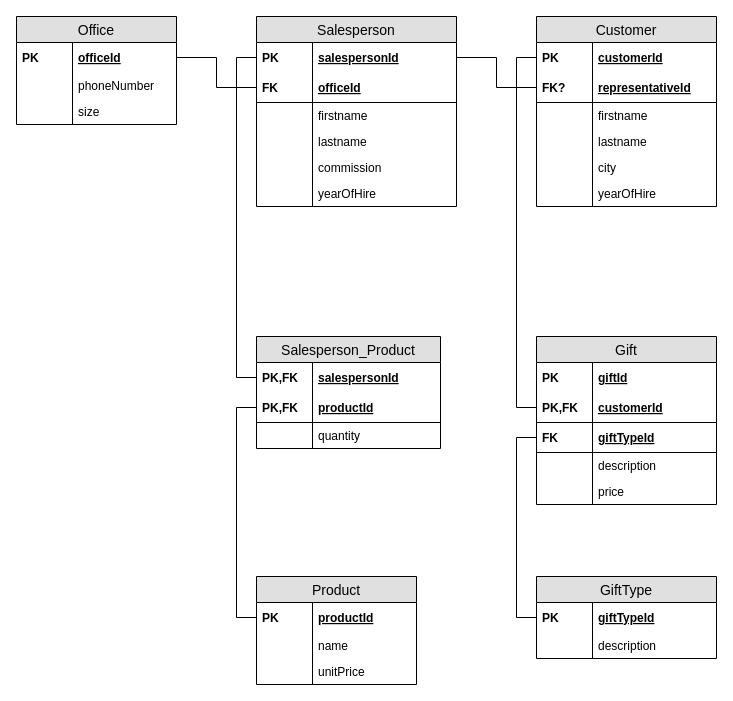
Earlier version of the draw.io diagram workshops/04-relationeel_model/solutions/exercise-4.drawio (HOGENT-Databases/DB1-Workshops). Source tidied: cells renumbered, new cells numbered last; positions are measured from the earlier drawing's top-left corner, leaving out a move shared by most shapes. Both pictures are drawn from the tidied source at 100%, with x=0, y=0 at pixel (16, 16).
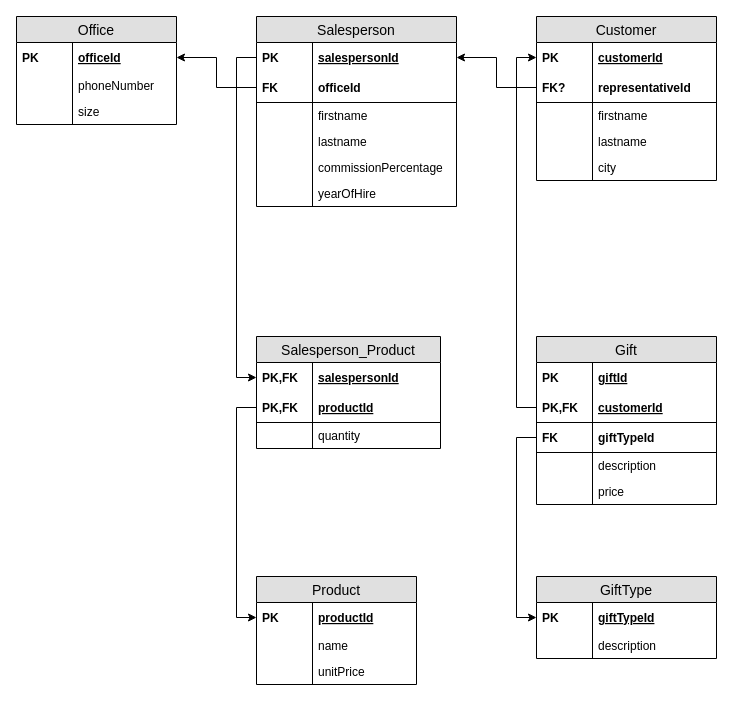
After the change.

Unchanged cells that the change refers to:
```xml
<mxCell id="3" value="officeId" style="shape=partialRectangle;top=0;left=0;right=0;bottom=0;align=left;verticalAlign=middle;fillColor=none;spacingLeft=60;spacingRight=4;overflow=hidden;points=[[0,0.5],[1,0.5]];portConstraint=eastwest;fontStyle=5;fontSize=12;" parent="2" vertex="1">
  <mxGeometry y="26" width="160" height="30" as="geometry" />
</mxCell>
<mxCell id="9" value="Salesperson" style="swimlane;fontStyle=0;horizontal=1;startSize=26;fillColor=#e0e0e0;swimlaneFillColor=#ffffff;align=center;fontSize=14;" parent="1" vertex="1">
  <mxGeometry x="240" width="200" height="190" as="geometry" />
</mxCell>
<mxCell id="10" value="salespersonId" style="shape=partialRectangle;top=0;left=0;right=0;bottom=0;align=left;verticalAlign=middle;fillColor=none;spacingLeft=60;spacingRight=4;overflow=hidden;points=[[0,0.5],[1,0.5]];portConstraint=eastwest;fontStyle=5;fontSize=12;" parent="9" vertex="1">
  <mxGeometry y="26" width="200" height="30" as="geometry" />
</mxCell>
<mxCell id="24" value="customerId" style="shape=partialRectangle;top=0;left=0;right=0;bottom=0;align=left;verticalAlign=middle;fillColor=none;spacingLeft=60;spacingRight=4;overflow=hidden;points=[[0,0.5],[1,0.5]];portConstraint=eastwest;fontStyle=5;fontSize=12;" parent="23" vertex="1">
  <mxGeometry y="26" width="180" height="30" as="geometry" />
</mxCell>
<mxCell id="38" value="productId" style="shape=partialRectangle;top=0;left=0;right=0;bottom=0;align=left;verticalAlign=middle;fillColor=none;spacingLeft=60;spacingRight=4;overflow=hidden;points=[[0,0.5],[1,0.5]];portConstraint=eastwest;fontStyle=5;fontSize=12;" parent="37" vertex="1">
  <mxGeometry y="26" width="160" height="30" as="geometry" />
</mxCell>
<mxCell id="45" value="salespersonId" style="shape=partialRectangle;top=0;left=0;right=0;bottom=0;align=left;verticalAlign=middle;fillColor=none;spacingLeft=60;spacingRight=4;overflow=hidden;points=[[0,0.5],[1,0.5]];portConstraint=eastwest;fontStyle=5;fontSize=12;" parent="44" vertex="1">
  <mxGeometry y="26" width="184" height="30" as="geometry" />
</mxCell>
<mxCell id="47" value="productId" style="shape=partialRectangle;top=0;left=0;right=0;bottom=1;align=left;verticalAlign=middle;fillColor=none;spacingLeft=60;spacingRight=4;overflow=hidden;points=[[0,0.5],[1,0.5]];portConstraint=eastwest;fontStyle=5;fontSize=12;" parent="44" vertex="1">
  <mxGeometry y="56" width="184" height="30" as="geometry" />
</mxCell>
<mxCell id="53" value="Gift" style="swimlane;fontStyle=0;horizontal=1;startSize=26;fillColor=#e0e0e0;swimlaneFillColor=#ffffff;align=center;fontSize=14;" parent="1" vertex="1">
  <mxGeometry x="520" y="320" width="180" height="168" as="geometry" />
</mxCell>
<mxCell id="56" value="customerId" style="shape=partialRectangle;top=0;left=0;right=0;bottom=1;align=left;verticalAlign=middle;fillColor=none;spacingLeft=60;spacingRight=4;overflow=hidden;points=[[0,0.5],[1,0.5]];portConstraint=eastwest;fontStyle=5;fontSize=12;" parent="53" vertex="1">
  <mxGeometry y="56" width="180" height="30" as="geometry" />
</mxCell>
<mxCell id="66" value="giftTypeId" style="shape=partialRectangle;top=0;left=0;right=0;bottom=0;align=left;verticalAlign=middle;fillColor=none;spacingLeft=60;spacingRight=4;overflow=hidden;points=[[0,0.5],[1,0.5]];portConstraint=eastwest;fontStyle=5;fontSize=12;" parent="65" vertex="1">
  <mxGeometry y="26" width="180" height="30" as="geometry" />
</mxCell>
```

The edit, as a diff of the source:
```diff
@@
-    <mxCell id="12" value="officeId" style="shape=partialRectangle;top=0;left=0;right=0;bottom=1;align=left;verticalAlign=middle;fillColor=none;spacingLeft=60;spacingRight=4;overflow=hidden;points=[[0,0.5],[1,0.5]];portConstraint=eastwest;fontStyle=5;fontSize=12;" parent="9" vertex="1">
+    <mxCell id="12" value="officeId" style="shape=partialRectangle;top=0;left=0;right=0;bottom=1;align=left;verticalAlign=middle;fillColor=none;spacingLeft=60;spacingRight=4;overflow=hidden;points=[[0,0.5],[1,0.5]];portConstraint=eastwest;fontStyle=1;fontSize=12;" parent="9" vertex="1">
       <mxGeometry y="56" width="200" height="30" as="geometry" />
     </mxCell>
@@
-    <mxCell id="18" value="commission" style="shape=partialRectangle;top=0;left=0;right=0;bottom=0;align=left;verticalAlign=top;fillColor=none;spacingLeft=60;spacingRight=4;overflow=hidden;fontSize=12;" parent="9" vertex="1">
+    <mxCell id="18" value="commissionPercentage" style="shape=partialRectangle;top=0;left=0;right=0;bottom=0;align=left;verticalAlign=top;fillColor=none;spacingLeft=60;spacingRight=4;overflow=hidden;fontSize=12;" parent="9" vertex="1">
       <mxGeometry y="138" width="200" height="26" as="geometry" />
     </mxCell>
@@
-    <mxCell id="22" style="edgeStyle=orthogonalEdgeStyle;rounded=0;jettySize=auto;html=1;exitX=0;exitY=0.5;exitDx=0;exitDy=0;entryX=1;entryY=0.5;entryDx=0;entryDy=0;endFill=0;endArrow=none;" parent="1" edge="1" source="12" target="3">
+    <mxCell id="22" style="edgeStyle=orthogonalEdgeStyle;rounded=0;jettySize=auto;html=1;exitX=0;exitY=0.5;exitDx=0;exitDy=0;entryX=1;entryY=0.5;entryDx=0;entryDy=0;endFill=1;endArrow=classic;startArrow=none;startFill=0;" parent="1" edge="1" source="12" target="3">
       <mxGeometry relative="1" as="geometry" />
     </mxCell>
     <mxCell id="23" value="Customer" style="swimlane;fontStyle=0;horizontal=1;startSize=26;fillColor=#e0e0e0;swimlaneFillColor=#ffffff;align=center;fontSize=14;" parent="1" vertex="1">
-      <mxGeometry x="520" width="180" height="190" as="geometry" />
+      <mxGeometry x="520" width="180" height="164" as="geometry" />
     </mxCell>
@@
-    <mxCell id="26" value="representativeId" style="shape=partialRectangle;top=0;left=0;right=0;bottom=1;align=left;verticalAlign=middle;fillColor=none;spacingLeft=60;spacingRight=4;overflow=hidden;points=[[0,0.5],[1,0.5]];portConstraint=eastwest;fontStyle=5;fontSize=12;" parent="23" vertex="1">
+    <mxCell id="26" value="representativeId" style="shape=partialRectangle;top=0;left=0;right=0;bottom=1;align=left;verticalAlign=middle;fillColor=none;spacingLeft=60;spacingRight=4;overflow=hidden;points=[[0,0.5],[1,0.5]];portConstraint=eastwest;fontStyle=1;fontSize=12;" parent="23" vertex="1">
       <mxGeometry y="56" width="180" height="30" as="geometry" />
     </mxCell>
@@
-    <mxCell id="34" value="yearOfHire" style="shape=partialRectangle;top=0;left=0;right=0;bottom=0;align=left;verticalAlign=top;fillColor=none;spacingLeft=60;spacingRight=4;overflow=hidden;fontSize=12;" parent="23" vertex="1">
-      <mxGeometry y="164" width="180" height="26" as="geometry" />
-    </mxCell>
-    <mxCell id="35" style="shape=partialRectangle;top=0;left=0;bottom=0;fillColor=none;align=left;verticalAlign=top;spacingLeft=4;spacingRight=4;overflow=hidden;fontSize=12;" parent="34" vertex="1">
-      <mxGeometry width="56" height="26" as="geometry" />
-    </mxCell>
-    <mxCell id="36" style="edgeStyle=orthogonalEdgeStyle;rounded=0;jettySize=auto;html=1;exitX=0;exitY=0.5;exitDx=0;exitDy=0;entryX=1;entryY=0.5;entryDx=0;entryDy=0;endFill=0;endArrow=none;" parent="1" edge="1" source="26" target="10">
+    <mxCell id="36" style="edgeStyle=orthogonalEdgeStyle;rounded=0;jettySize=auto;html=1;exitX=0;exitY=0.5;exitDx=0;exitDy=0;entryX=1;entryY=0.5;entryDx=0;entryDy=0;endFill=1;endArrow=classic;" parent="1" edge="1" source="26" target="10">
       <mxGeometry relative="1" as="geometry">
         <Array as="points">
           <mxPoint x="480" y="71" />
           <mxPoint x="480" y="41" />
         </Array>
       </mxGeometry>
     </mxCell>
@@
-    <mxCell id="51" style="edgeStyle=orthogonalEdgeStyle;rounded=0;jettySize=auto;html=1;exitX=0;exitY=0.5;exitDx=0;exitDy=0;entryX=0;entryY=0.5;entryDx=0;entryDy=0;endArrow=none;endFill=0;" parent="1" edge="1" source="47" target="38">
+    <mxCell id="51" style="edgeStyle=orthogonalEdgeStyle;rounded=0;jettySize=auto;html=1;exitX=0;exitY=0.5;exitDx=0;exitDy=0;entryX=0;entryY=0.5;entryDx=0;entryDy=0;endArrow=classic;endFill=1;startArrow=none;startFill=0;" parent="1" edge="1" source="47" target="38">
       <mxGeometry relative="1" as="geometry" />
     </mxCell>
-    <mxCell id="52" style="edgeStyle=orthogonalEdgeStyle;rounded=0;jettySize=auto;html=1;exitX=0;exitY=0.5;exitDx=0;exitDy=0;entryX=0;entryY=0.5;entryDx=0;entryDy=0;endArrow=none;endFill=0;" parent="1" edge="1" source="45" target="10">
+    <mxCell id="52" style="edgeStyle=orthogonalEdgeStyle;rounded=0;jettySize=auto;html=1;exitX=0;exitY=0.5;exitDx=0;exitDy=0;entryX=0;entryY=0.5;entryDx=0;entryDy=0;endArrow=none;endFill=0;startArrow=classic;startFill=1;" parent="1" edge="1" source="45" target="10">
       <mxGeometry relative="1" as="geometry" />
     </mxCell>
@@
-    <mxCell id="58" value="giftTypeId" style="shape=partialRectangle;top=0;left=0;right=0;bottom=1;align=left;verticalAlign=middle;fillColor=none;spacingLeft=60;spacingRight=4;overflow=hidden;points=[[0,0.5],[1,0.5]];portConstraint=eastwest;fontStyle=5;fontSize=12;" parent="53" vertex="1">
+    <mxCell id="58" value="giftTypeId" style="shape=partialRectangle;top=0;left=0;right=0;bottom=1;align=left;verticalAlign=middle;fillColor=none;spacingLeft=60;spacingRight=4;overflow=hidden;points=[[0,0.5],[1,0.5]];portConstraint=eastwest;fontStyle=1;fontSize=12;" parent="53" vertex="1">
       <mxGeometry y="86" width="180" height="30" as="geometry" />
     </mxCell>
@@
-    <mxCell id="64" style="edgeStyle=orthogonalEdgeStyle;rounded=0;jettySize=auto;html=1;exitX=0;exitY=0.5;exitDx=0;exitDy=0;entryX=0;entryY=0.5;entryDx=0;entryDy=0;endArrow=none;endFill=0;" parent="1" edge="1" source="56" target="24">
+    <mxCell id="64" style="edgeStyle=orthogonalEdgeStyle;rounded=0;jettySize=auto;html=1;exitX=0;exitY=0.5;exitDx=0;exitDy=0;entryX=0;entryY=0.5;entryDx=0;entryDy=0;endArrow=classic;endFill=1;" parent="1" edge="1" source="56" target="24">
       <mxGeometry relative="1" as="geometry" />
     </mxCell>
@@
-    <mxCell id="70" style="edgeStyle=orthogonalEdgeStyle;rounded=0;jettySize=auto;html=1;exitX=0;exitY=0.5;exitDx=0;exitDy=0;entryX=0;entryY=0.5;entryDx=0;entryDy=0;endArrow=none;endFill=0;" parent="1" edge="1" source="58" target="66">
+    <mxCell id="70" style="edgeStyle=orthogonalEdgeStyle;rounded=0;jettySize=auto;html=1;exitX=0;exitY=0.5;exitDx=0;exitDy=0;entryX=0;entryY=0.5;entryDx=0;entryDy=0;endArrow=classic;endFill=1;startArrow=none;startFill=0;" parent="1" edge="1" source="58" target="66">
       <mxGeometry relative="1" as="geometry" />
     </mxCell>
```
